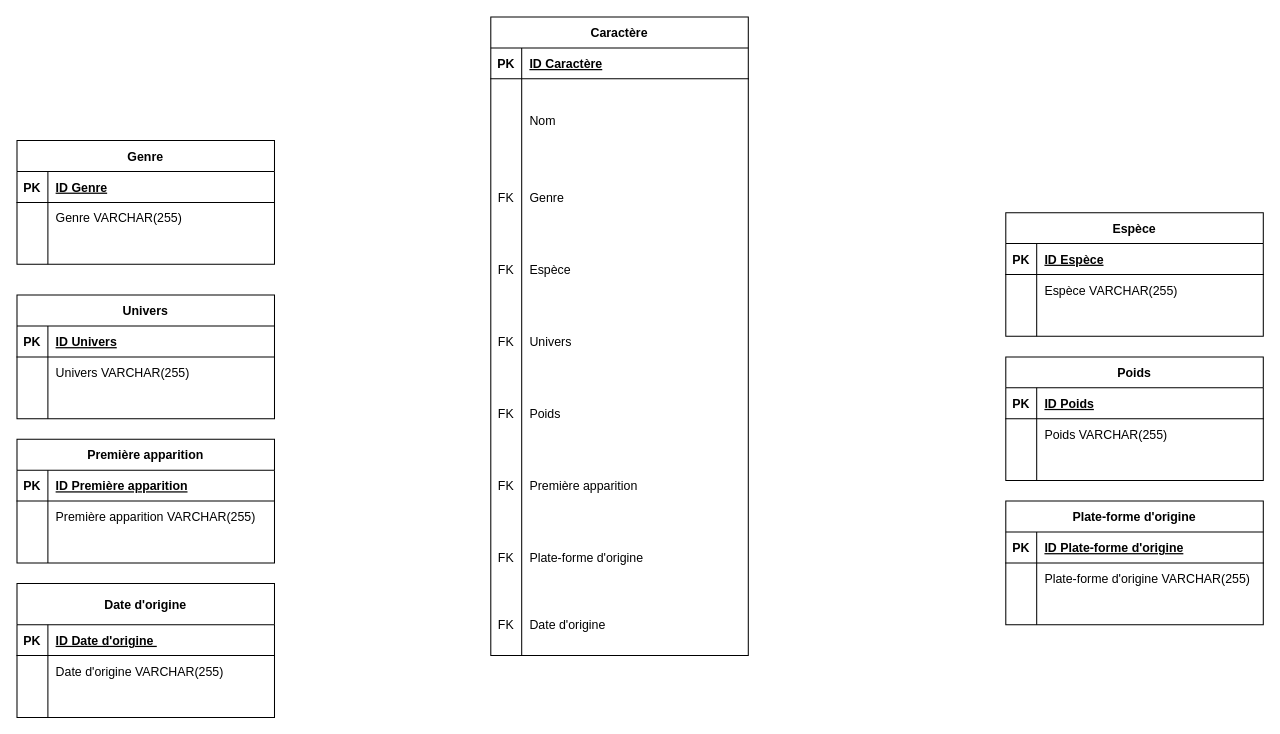
Earlier version of the draw.io diagram Diagramme sans nom.drawio (CamilleSimon/BTS2-CIEL-IR-MCD-2024-2025). Source tidied: cells renumbered, new cells numbered last; positions are measured from the earlier drawing's top-left corner, leaving out a move shared by most shapes. Both pictures are drawn from the tidied source at 103%, with x=0, y=0 at pixel (16, 16).
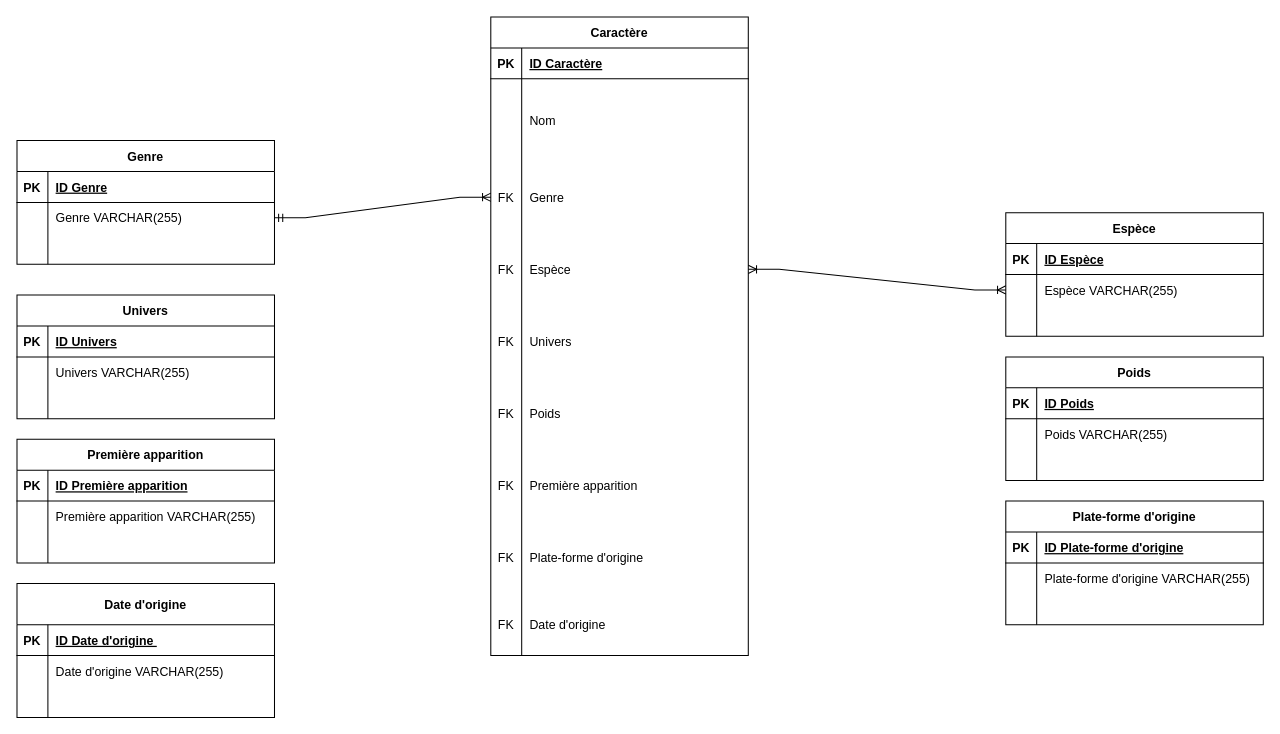
The same page after the edit.

Commit message:
Diagramme smashbros walid.drawio

The change refers to these unchanged cells:
```xml
<mxCell id="6" style="shape=partialRectangle;fillColor=none;points=[[0,0.5],[1,0.5]];portConstraint=eastwest;top=0;left=0;right=0;bottom=0;" parent="2" vertex="1">
  <mxGeometry y="60" width="250" height="30" as="geometry" />
</mxCell>
<mxCell id="19" style="shape=partialRectangle;fillColor=none;points=[[0,0.5],[1,0.5]];portConstraint=eastwest;top=0;left=0;right=0;bottom=0;" parent="12" vertex="1">
  <mxGeometry y="140" width="250" height="70" as="geometry" />
</mxCell>
<mxCell id="22" style="shape=partialRectangle;fillColor=none;points=[[0,0.5],[1,0.5]];portConstraint=eastwest;top=0;left=0;right=0;bottom=0;" parent="12" vertex="1">
  <mxGeometry y="210" width="250" height="70" as="geometry" />
</mxCell>
<mxCell id="74" style="shape=partialRectangle;fillColor=none;points=[[0,0.5],[1,0.5]];portConstraint=eastwest;top=0;left=0;right=0;bottom=0;" parent="70" vertex="1">
  <mxGeometry y="60" width="250" height="30" as="geometry" />
</mxCell>
```

The edit, as a diff of the source:
```diff
@@
+    <mxCell id="100" style="edgeStyle=entityRelationEdgeStyle;fontSize=12;html=1;endArrow=ERoneToMany;startArrow=ERmandOne;rounded=0;entryX=0;entryY=0.5;entryDx=0;entryDy=0;" parent="1" edge="1" source="6" target="19">
+      <mxGeometry relative="1" as="geometry">
+        <Array as="points">
+          <mxPoint x="250" y="170" />
+        </Array>
+      </mxGeometry>
+    </mxCell>
+    <mxCell id="101" style="edgeStyle=entityRelationEdgeStyle;fontSize=12;html=1;endArrow=ERoneToMany;startArrow=ERoneToMany;rounded=0;entryX=0;entryY=0.5;entryDx=0;entryDy=0;" parent="1" edge="1" source="22" target="74">
+      <mxGeometry relative="1" as="geometry" />
+    </mxCell>
```
